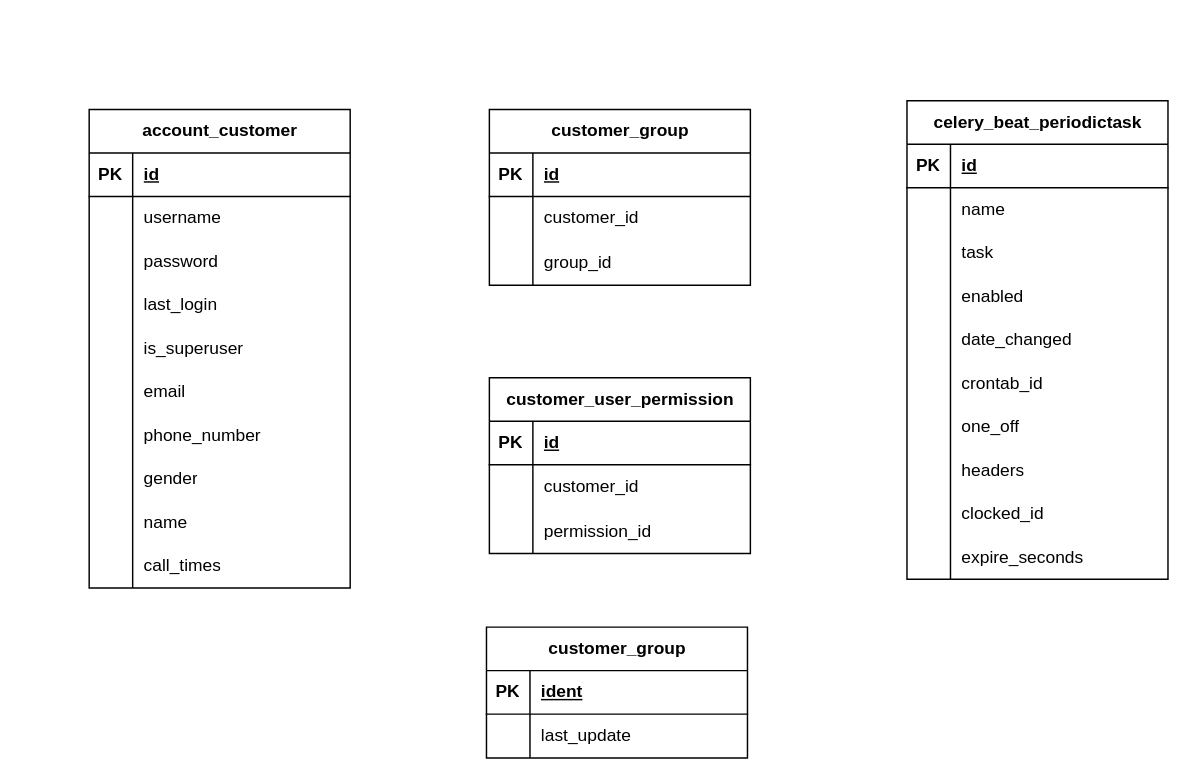
This is 智能软件ER图.drawio from BZtiangou/drawio, a draw.io file, before an edit. Source tidied: cells renumbered, new cells numbered last; positions are measured from the earlier drawing's top-left corner, leaving out a move shared by most shapes. Both pictures are drawn from the tidied source at 145%, with x=0, y=0 at pixel (88, 100).
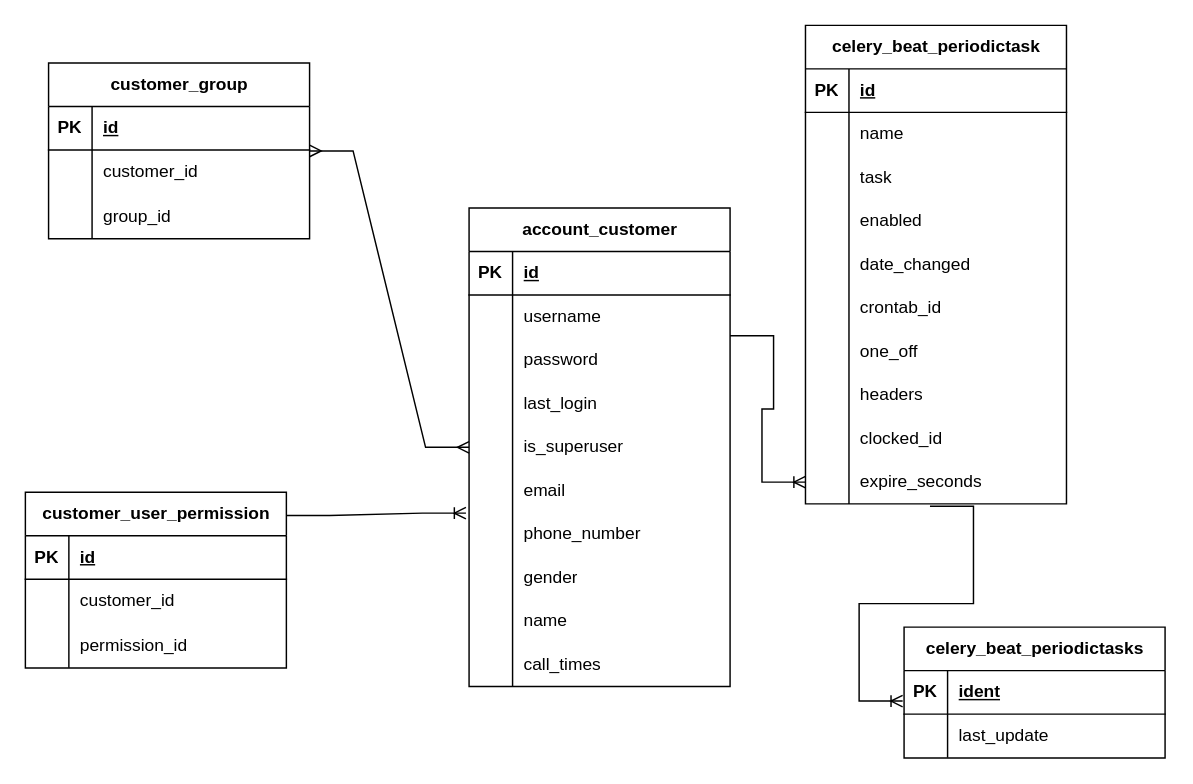
The same diagram, later.

Commit message:
更新智能软件ER图.drawio

The change refers to these unchanged cells:
```xml
<mxCell id="15" style="shape=tableRow;horizontal=0;startSize=0;swimlaneHead=0;swimlaneBody=0;fillColor=none;points=[[0,0.5],[1,0.5]];portConstraint=eastwest;top=0;left=0;right=0;bottom=0;" parent="2" vertex="1">
  <mxGeometry y="150" width="180" height="30" as="geometry" />
</mxCell>
<mxCell id="21" style="shape=tableRow;horizontal=0;startSize=0;swimlaneHead=0;swimlaneBody=0;fillColor=none;points=[[0,0.5],[1,0.5]];portConstraint=eastwest;top=0;left=0;right=0;bottom=0;" parent="2" vertex="1">
  <mxGeometry y="210" width="180" height="30" as="geometry" />
</mxCell>
<mxCell id="81" style="shape=tableRow;horizontal=0;startSize=0;swimlaneHead=0;swimlaneBody=0;fillColor=none;points=[[0,0.5],[1,0.5]];portConstraint=eastwest;top=0;left=0;right=0;bottom=0;" parent="53" vertex="1">
  <mxGeometry y="300" width="180" height="30" as="geometry" />
</mxCell>
```

Change to the diagram source:
```diff
@@
     <mxCell id="2" value="account_customer" style="shape=table;startSize=30;childLayout=tableLayout;rowLines=0;fontStyle=1;align=center;html=1;" parent="1" vertex="1">
-      <mxGeometry y="6" width="180" height="330" as="geometry" />
+      <mxGeometry x="262" y="74" width="180" height="330" as="geometry" />
     </mxCell>
@@
     <mxCell id="33" value="customer_group" style="shape=table;startSize=30;childLayout=tableLayout;rowLines=0;fontStyle=1;align=center;html=1;" parent="1" vertex="1">
-      <mxGeometry x="276" y="6" width="180" height="121.2" as="geometry" />
+      <mxGeometry x="-28" y="-26" width="180" height="121.2" as="geometry" />
     </mxCell>
@@
     <mxCell id="43" value="customer_user_permission" style="shape=table;startSize=30;childLayout=tableLayout;rowLines=0;fontStyle=1;align=center;html=1;" parent="1" vertex="1">
-      <mxGeometry x="276" y="191" width="180" height="121.2" as="geometry" />
+      <mxGeometry x="-44" y="270" width="180" height="121.2" as="geometry" />
     </mxCell>
@@
     <mxCell id="53" value="celery_beat_periodictask" style="shape=table;startSize=30;childLayout=tableLayout;rowLines=0;fontStyle=1;align=center;html=1;" parent="1" vertex="1">
-      <mxGeometry x="564" width="180" height="330" as="geometry" />
+      <mxGeometry x="494" y="-52" width="180" height="330" as="geometry" />
     </mxCell>
@@
-    <mxCell id="84" value="customer_group" style="shape=table;startSize=30;childLayout=tableLayout;rowLines=0;fontStyle=1;align=center;html=1;" parent="1" vertex="1">
-      <mxGeometry x="274" y="363" width="180" height="90.2" as="geometry" />
+    <mxCell id="84" value="celery_beat_periodictasks" style="shape=table;startSize=30;childLayout=tableLayout;rowLines=0;fontStyle=1;align=center;html=1;" parent="1" vertex="1">
+      <mxGeometry x="562" y="363" width="180" height="90.2" as="geometry" />
     </mxCell>
@@
+    <mxCell id="91" style="edgeStyle=entityRelationEdgeStyle;fontSize=12;html=1;endArrow=ERmany;startArrow=ERmany;rounded=0;exitX=0;exitY=0.5;exitDx=0;exitDy=0;" parent="1" edge="1" source="15" target="33">
+      <mxGeometry relative="1" as="geometry" />
+    </mxCell>
+    <mxCell id="92" style="edgeStyle=entityRelationEdgeStyle;fontSize=12;html=1;endArrow=ERoneToMany;rounded=0;exitX=0.999;exitY=0.132;exitDx=0;exitDy=0;exitPerimeter=0;entryX=-0.012;entryY=0.013;entryDx=0;entryDy=0;entryPerimeter=0;" parent="1" edge="1" source="43" target="21">
+      <mxGeometry relative="1" as="geometry" />
+    </mxCell>
+    <mxCell id="93" style="edgeStyle=entityRelationEdgeStyle;fontSize=12;html=1;endArrow=ERoneToMany;rounded=0;exitX=0.93;exitY=0.002;exitDx=0;exitDy=0;exitPerimeter=0;entryX=0;entryY=0.5;entryDx=0;entryDy=0;" parent="1" edge="1" target="81">
+      <mxGeometry relative="1" as="geometry">
+        <mxPoint x="442" y="162" as="sourcePoint" />
+        <Array as="points">
+          <mxPoint x="457.6" y="259.3" />
+        </Array>
+      </mxGeometry>
+    </mxCell>
+    <mxCell id="94" style="edgeStyle=entityRelationEdgeStyle;fontSize=12;html=1;endArrow=ERoneToMany;rounded=0;exitX=0.477;exitY=1.053;exitDx=0;exitDy=0;exitPerimeter=0;" parent="1" edge="1" source="81">
+      <mxGeometry relative="1" as="geometry">
+        <mxPoint x="561" y="414" as="targetPoint" />
+      </mxGeometry>
+    </mxCell>
```
